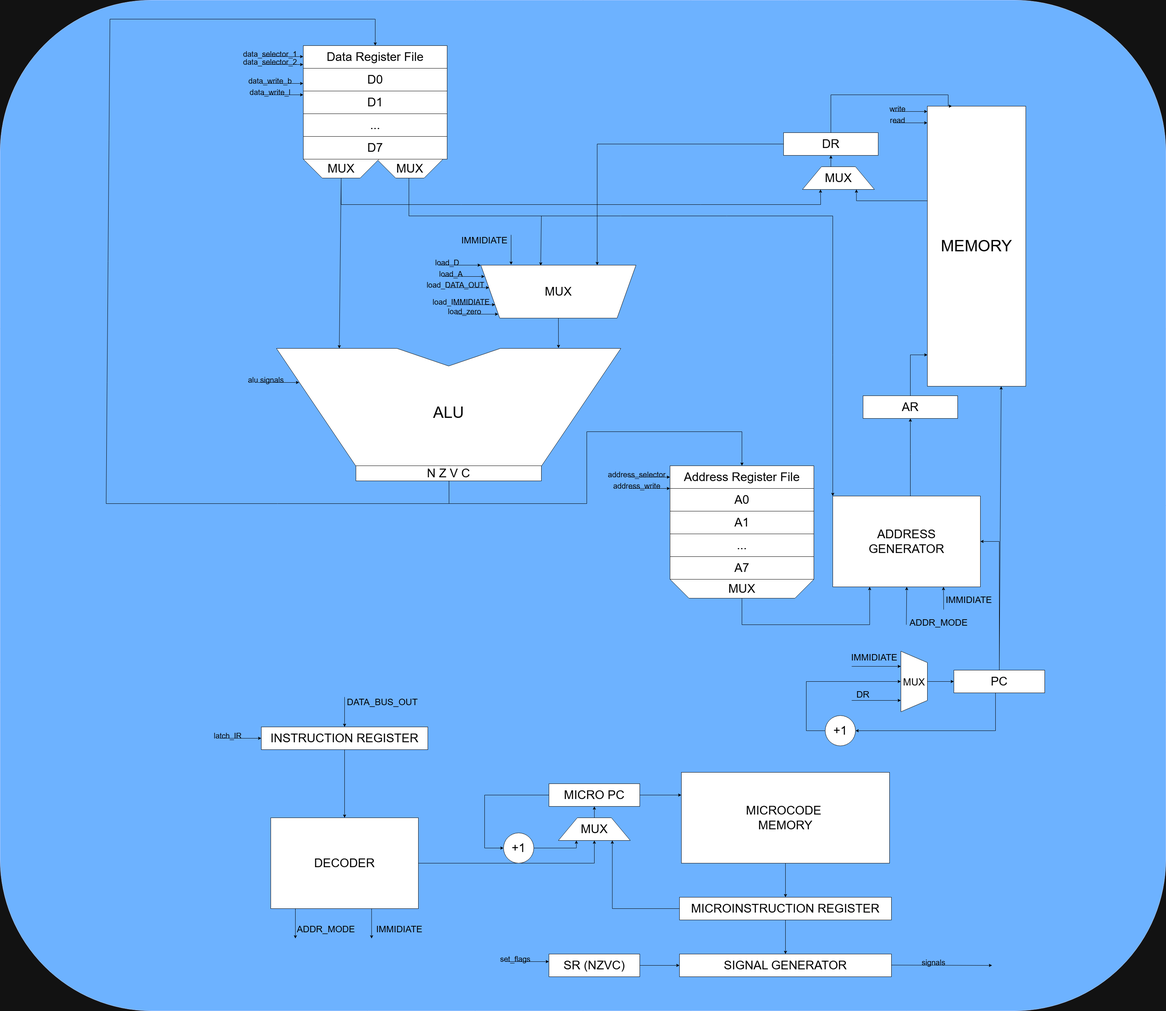
Above: m68k.png in Xaabibas/Scheme (draw.io), before the change. Source tidied: cells renumbered, new cells last; positions are measured from the earlier drawing's top-left corner, leaving out a move shared by most shapes.
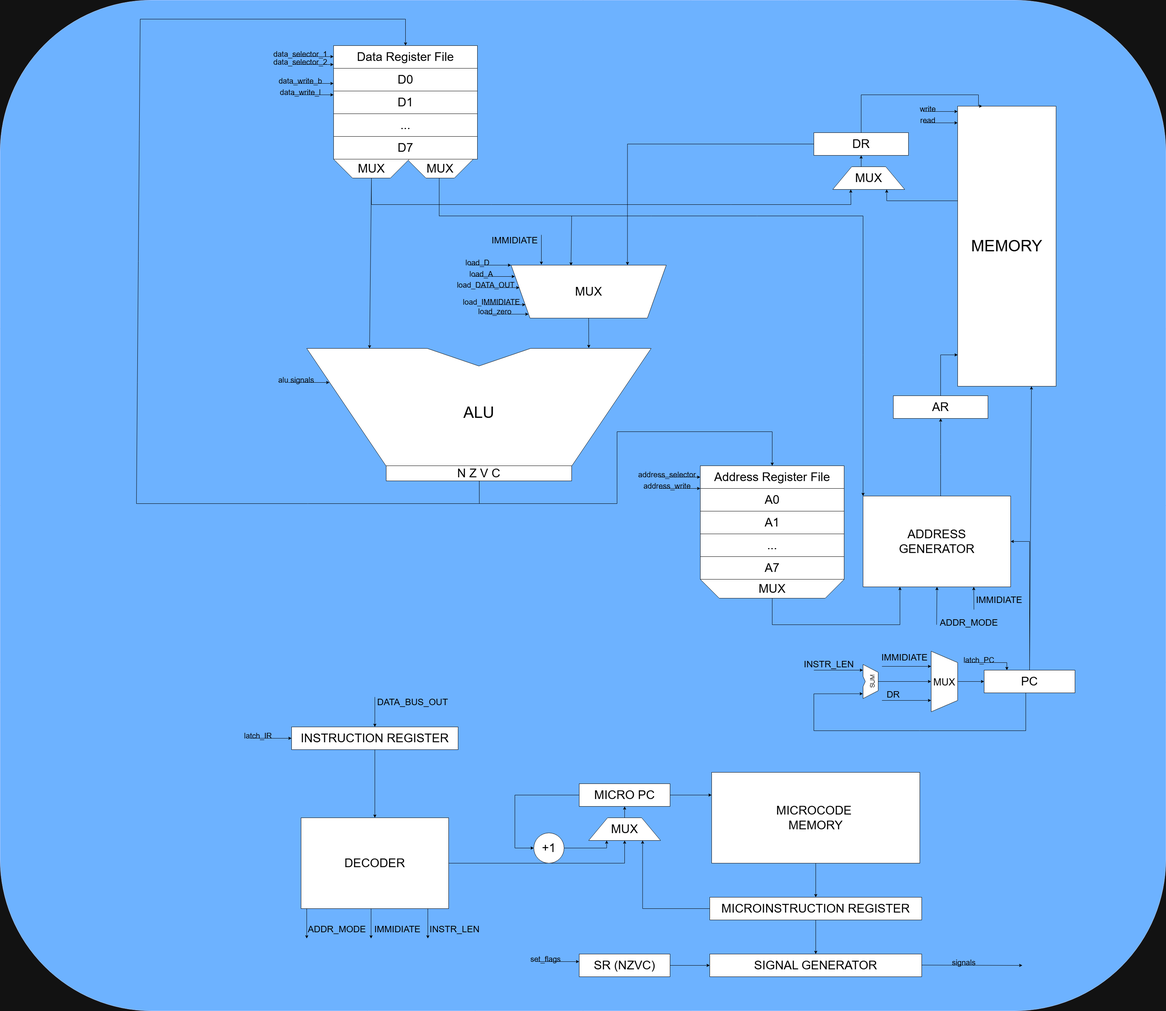
The same file after the commit.

The edit, as a diff of the source:
```diff
@@ -3,7 +3,7 @@
     <mxCell id="0" />
     <mxCell id="1" parent="0" />
     <mxCell id="2" style="rounded=1;whiteSpace=wrap;html=1;fillColor=#0050ef;fontColor=#ffffff;strokeColor=#001DBC;" parent="1" vertex="1">
-      <mxGeometry width="3080" height="2670" as="geometry" />
+      <mxGeometry x="-80" width="3080" height="2670" as="geometry" />
     </mxCell>
     <mxCell id="3" style="verticalLabelPosition=bottom;verticalAlign=top;html=1;shape=mxgraph.basic.polygon;polyCoords=[[0.35,0],[0.5,0.15],[0.65,0],[1,0],[0.77,1],[0.23,1],[0,0]];polyline=0;polyCurves=[[],[],[],[],[],[]];strokeColor=light-dark(#000000,#000000);fillColor=light-dark(#FFFFFF,#FFFFFF);" parent="1" vertex="1">
       <mxGeometry x="730" y="920" width="910" height="310" as="geometry" />
@@ -11,10 +11,12 @@
     <mxCell id="4" value="ALU" style="text;html=1;whiteSpace=wrap;strokeColor=none;fillColor=none;align=center;verticalAlign=middle;rounded=0;fontColor=light-dark(#000000,#000000);fontSize=42;" parent="1" vertex="1">
       <mxGeometry x="1115" y="1050" width="140" height="80" as="geometry" />
     </mxCell>
-    <mxCell id="5" style="edgeStyle=orthogonalEdgeStyle;rounded=0;jettySize=auto;html=1;entryX=1;entryY=0.5;entryDx=0;entryDy=0;strokeColor=light-dark(#000000,#000000);" parent="1" edge="1" source="7" target="126">
+    <mxCell id="5" style="edgeStyle=orthogonalEdgeStyle;rounded=0;jettySize=auto;html=1;entryX=0.141;entryY=-0.011;entryDx=0;entryDy=0;strokeColor=light-dark(#000000,#000000);entryPerimeter=0;" parent="1" edge="1" source="7" target="148">
       <mxGeometry relative="1" as="geometry">
         <Array as="points">
           <mxPoint x="2630" y="1930" />
+          <mxPoint x="2070" y="1930" />
+          <mxPoint x="2070" y="1832" />
         </Array>
       </mxGeometry>
     </mxCell>
@@ -492,12 +494,12 @@
     </mxCell>
     <mxCell id="121" style="rounded=0;orthogonalLoop=1;jettySize=auto;html=1;entryX=0.819;entryY=-0.003;entryDx=0;entryDy=0;entryPerimeter=0;strokeColor=light-dark(#000000,#000000);exitX=0.5;exitY=0;exitDx=0;exitDy=0;" parent="1" edge="1">
       <mxGeometry relative="1" as="geometry">
-        <mxPoint x="981.4" y="2400" as="sourcePoint" />
-        <mxPoint x="981.4" y="2479" as="targetPoint" />
+        <mxPoint x="900" y="2400" as="sourcePoint" />
+        <mxPoint x="900" y="2479" as="targetPoint" />
       </mxGeometry>
     </mxCell>
     <mxCell id="122" style="group;" parent="1" vertex="1">
-      <mxGeometry x="995" y="2440" width="120" height="30" as="geometry" />
+      <mxGeometry x="910" y="2440" width="120" height="30" as="geometry" />
     </mxCell>
     <mxCell id="123" style="group;fontSize=24;" parent="122" vertex="1">
       <mxGeometry width="120" height="30" as="geometry" />
@@ -505,17 +507,6 @@
     <mxCell id="124" value="&lt;span style=&quot;white-space: nowrap;&quot;&gt;&lt;font style=&quot;color: light-dark(rgb(0, 0, 0), rgb(0, 0, 0));&quot;&gt;IMMIDIATE&lt;/font&gt;&lt;/span&gt;" style="text;html=1;whiteSpace=wrap;strokeColor=none;fillColor=none;align=center;verticalAlign=middle;rounded=0;fontSize=24;" parent="123" vertex="1">
       <mxGeometry width="120" height="30" as="geometry" />
     </mxCell>
-    <mxCell id="125" style="edgeStyle=orthogonalEdgeStyle;rounded=0;jettySize=auto;html=1;entryX=0.5;entryY=1;entryDx=0;entryDy=0;strokeColor=light-dark(#000000,#000000);" parent="1" edge="1" source="126" target="75">
-      <mxGeometry relative="1" as="geometry">
-        <Array as="points">
-          <mxPoint x="2130" y="1930" />
-          <mxPoint x="2130" y="1800" />
-        </Array>
-      </mxGeometry>
-    </mxCell>
-    <mxCell id="126" value="&lt;font style=&quot;color: light-dark(rgb(0, 0, 0), rgb(0, 0, 0)); font-size: 32px;&quot;&gt;+1&lt;/font&gt;" style="ellipse;whiteSpace=wrap;html=1;strokeColor=light-dark(#000000,#000000);fillColor=light-dark(#FFFFFF,#FFFFFF);" parent="1" vertex="1">
-      <mxGeometry x="2180" y="1890" width="80" height="80" as="geometry" />
-    </mxCell>
     <mxCell id="127" style="edgeStyle=orthogonalEdgeStyle;rounded=0;jettySize=auto;html=1;entryX=0.5;entryY=1;entryDx=0;entryDy=0;strokeColor=light-dark(#000000,#000000);" parent="1" edge="1" source="128" target="113">
       <mxGeometry relative="1" as="geometry">
         <Array as="points">
@@ -537,12 +528,12 @@
     </mxCell>
     <mxCell id="130" style="rounded=0;orthogonalLoop=1;jettySize=auto;html=1;entryX=0.819;entryY=-0.003;entryDx=0;entryDy=0;entryPerimeter=0;strokeColor=light-dark(#000000,#000000);exitX=0.5;exitY=0;exitDx=0;exitDy=0;" parent="1" edge="1">
       <mxGeometry relative="1" as="geometry">
-        <mxPoint x="780" y="2400" as="sourcePoint" />
-        <mxPoint x="780" y="2479" as="targetPoint" />
+        <mxPoint x="730" y="2400" as="sourcePoint" />
+        <mxPoint x="730" y="2479" as="targetPoint" />
       </mxGeometry>
     </mxCell>
     <mxCell id="131" style="group;" parent="1" vertex="1">
-      <mxGeometry x="801" y="2440" width="120" height="30" as="geometry" />
+      <mxGeometry x="750" y="2440" width="120" height="30" as="geometry" />
     </mxCell>
     <mxCell id="132" style="group;fontSize=24;" parent="131" vertex="1">
       <mxGeometry width="120" height="30" as="geometry" />
@@ -610,5 +601,57 @@
     <mxCell id="146" style="edgeStyle=orthogonalEdgeStyle;rounded=0;jettySize=auto;html=1;exitX=0.5;exitY=0;exitDx=0;exitDy=0;entryX=0.5;entryY=1;entryDx=0;entryDy=0;strokeColor=light-dark(#000000,#000000);" parent="1" edge="1" source="41" target="119">
       <mxGeometry relative="1" as="geometry" />
     </mxCell>
+    <mxCell id="147" style="edgeStyle=orthogonalEdgeStyle;rounded=0;jettySize=auto;html=1;entryX=0.5;entryY=1;entryDx=0;entryDy=0;strokeColor=light-dark(#000000,#000000);" parent="1" edge="1" source="148" target="75">
+      <mxGeometry relative="1" as="geometry" />
+    </mxCell>
+    <mxCell id="148" style="verticalLabelPosition=bottom;verticalAlign=top;html=1;shape=mxgraph.basic.polygon;polyCoords=[[0.35,0],[0.5,0.15],[0.65,0],[1,0],[0.77,1],[0.23,1],[0,0]];polyline=0;polyCurves=[[],[],[],[],[],[]];strokeColor=light-dark(#000000,#000000);fillColor=light-dark(#FFFFFF,#FFFFFF);direction=north;" parent="1" vertex="1">
+      <mxGeometry x="2200" y="1755" width="40" height="90" as="geometry" />
+    </mxCell>
+    <mxCell id="149" value="&lt;font style=&quot;font-size: 16px;&quot;&gt;SUM&lt;/font&gt;" style="text;html=1;whiteSpace=wrap;strokeColor=none;fillColor=none;align=center;verticalAlign=middle;rounded=0;fontColor=light-dark(#000000,#000000);fontSize=24;rotation=270;" parent="1" vertex="1">
+      <mxGeometry x="2200" y="1800" width="40" as="geometry" />
+    </mxCell>
+    <mxCell id="150" style="rounded=0;orthogonalLoop=1;jettySize=auto;html=1;entryX=0.819;entryY=-0.003;entryDx=0;entryDy=0;entryPerimeter=0;strokeColor=light-dark(#000000,#000000);exitX=0.5;exitY=0;exitDx=0;exitDy=0;" parent="1" edge="1">
+      <mxGeometry relative="1" as="geometry">
+        <mxPoint x="1050" y="2400" as="sourcePoint" />
+        <mxPoint x="1050" y="2479" as="targetPoint" />
+      </mxGeometry>
+    </mxCell>
+    <mxCell id="151" style="group;labelBorderColor=default;fontColor=light-dark(#000000,#000000);" parent="1" vertex="1">
+      <mxGeometry x="1061" y="2440" width="120" height="30" as="geometry" />
+    </mxCell>
+    <mxCell id="152" style="group;fontSize=24;" parent="151" vertex="1">
+      <mxGeometry width="120" height="30" as="geometry" />
+    </mxCell>
+    <mxCell id="153" value="&lt;font style=&quot;color: light-dark(rgb(0, 0, 0), rgb(0, 0, 0));&quot;&gt;&lt;span style=&quot;text-wrap-mode: nowrap;&quot;&gt;INSTR_LEN&lt;/span&gt;&lt;/font&gt;" style="text;html=1;whiteSpace=wrap;strokeColor=none;fillColor=none;align=center;verticalAlign=middle;rounded=0;fontSize=24;" parent="152" vertex="1">
+      <mxGeometry width="120" height="30" as="geometry" />
+    </mxCell>
+    <mxCell id="154" style="rounded=0;orthogonalLoop=1;jettySize=auto;html=1;entryX=0.25;entryY=1;entryDx=0;entryDy=0;strokeColor=light-dark(#000000,#000000);" parent="1" edge="1">
+      <mxGeometry relative="1" as="geometry">
+        <mxPoint x="2070" y="1770" as="sourcePoint" />
+        <mxPoint x="2200" y="1770" as="targetPoint" />
+      </mxGeometry>
+    </mxCell>
+    <mxCell id="155" style="group;labelBorderColor=default;fontColor=light-dark(#000000,#000000);" parent="1" vertex="1">
+      <mxGeometry x="2050" y="1740" width="120" height="30" as="geometry" />
+    </mxCell>
+    <mxCell id="156" style="group;fontSize=24;" parent="155" vertex="1">
+      <mxGeometry width="120" height="30" as="geometry" />
+    </mxCell>
+    <mxCell id="157" value="&lt;font style=&quot;color: light-dark(rgb(0, 0, 0), rgb(0, 0, 0));&quot;&gt;&lt;span style=&quot;text-wrap-mode: nowrap;&quot;&gt;INSTR_LEN&lt;/span&gt;&lt;/font&gt;" style="text;html=1;whiteSpace=wrap;strokeColor=none;fillColor=none;align=center;verticalAlign=middle;rounded=0;fontSize=24;" parent="156" vertex="1">
+      <mxGeometry width="120" height="30" as="geometry" />
+    </mxCell>
+    <mxCell id="158" style="endArrow=classic;html=1;rounded=0;fontColor=light-dark(#000000,#000000);strokeColor=light-dark(#000000,#000000);entryX=0.25;entryY=0;entryDx=0;entryDy=0;" parent="1" edge="1" target="7">
+      <mxGeometry relative="1" as="geometry">
+        <mxPoint x="2470" y="1750" as="sourcePoint" />
+        <Array as="points">
+          <mxPoint x="2580" y="1750" />
+        </Array>
+      </mxGeometry>
+    </mxCell>
+    <mxCell id="159" value="latch_PC" style="edgeLabel;html=1;align=center;verticalAlign=middle;labelBackgroundColor=none;fontColor=light-dark(#000000,#000000);fontSize=20;" parent="158" vertex="1">
+      <mxGeometry x="0.14" y="1" relative="1" as="geometry">
+        <mxPoint x="-42" y="-9" as="offset" />
+      </mxGeometry>
+    </mxCell>
   </root>
 </mxGraphModel>
```
